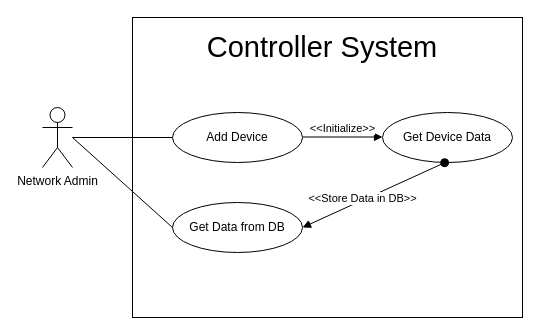
FameIllusionMaya/SDN-handmade_v3 keeps this draw.io diagram as Report/Draw_io_Part2/Controller-UseCase.drawio. Above is the earlier version. Source tidied: cells renumbered, new cells numbered last; positions are measured from the earlier drawing's top-left corner, leaving out a move shared by most shapes. Both pictures are drawn from the tidied source at 100%, with x=0, y=0 at pixel (42, 17).
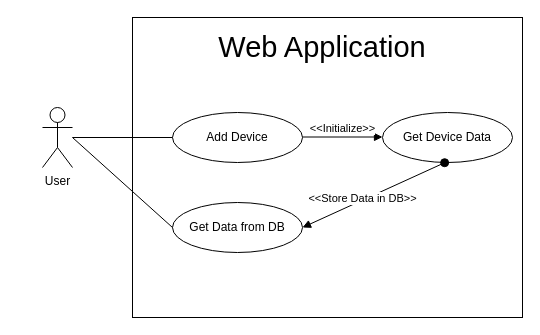
After the change.

Diff of the diagram source:
```diff
@@
 <mxGraphModel>
   <root>
     <mxCell id="0" />
     <mxCell id="1" parent="0" />
     <mxCell id="2" style="html=1;" parent="1" vertex="1">
       <mxGeometry x="90" width="390" height="300" as="geometry" />
     </mxCell>
-    <mxCell id="3" value="Network Admin" style="shape=umlActor;verticalLabelPosition=bottom;verticalAlign=top;html=1;" parent="1" vertex="1">
+    <mxCell id="3" value="User" style="shape=umlActor;verticalLabelPosition=bottom;verticalAlign=top;html=1;" parent="1" vertex="1">
       <mxGeometry y="90" width="30" height="60" as="geometry" />
     </mxCell>
     <mxCell id="4" value="Add Device" style="ellipse;whiteSpace=wrap;html=1;" parent="1" vertex="1">
       <mxGeometry x="130" y="95" width="130" height="50" as="geometry" />
     </mxCell>
-    <mxCell id="5" value="&lt;font style=&quot;font-size: 29px&quot;&gt;Controller System&lt;/font&gt;" style="rounded=0;whiteSpace=wrap;html=1;strokeColor=#FFFFFF;" parent="1" vertex="1">
+    <mxCell id="5" value="&lt;font style=&quot;font-size: 29px&quot;&gt;Web Application&lt;/font&gt;" style="rounded=0;whiteSpace=wrap;html=1;strokeColor=#FFFFFF;" parent="1" vertex="1">
       <mxGeometry x="100" y="10" width="360" height="40" as="geometry" />
     </mxCell>
     <mxCell id="6" value="Get Device Data" style="ellipse;whiteSpace=wrap;html=1;" parent="1" vertex="1">
       <mxGeometry x="340" y="95" width="130" height="50" as="geometry" />
     </mxCell>
     <mxCell id="7" value="Get Data from DB" style="ellipse;whiteSpace=wrap;html=1;" parent="1" vertex="1">
       <mxGeometry x="130" y="185" width="130" height="50" as="geometry" />
     </mxCell>
     <mxCell id="8" style="endArrow=none;html=1;rounded=0;fontSize=29;entryX=0;entryY=0.5;entryDx=0;entryDy=0;" parent="1" edge="1" target="7">
       <mxGeometry relative="1" as="geometry">
         <mxPoint x="30" y="120" as="sourcePoint" />
       </mxGeometry>
     </mxCell>
     <mxCell id="9" style="endArrow=none;html=1;rounded=0;fontSize=29;entryX=0;entryY=0.5;entryDx=0;entryDy=0;" parent="1" edge="1" target="4">
       <mxGeometry relative="1" as="geometry">
         <mxPoint x="30" y="120" as="sourcePoint" />
       </mxGeometry>
     </mxCell>
     <mxCell id="10" value="&amp;lt;&amp;lt;Initialize&amp;gt;&amp;gt;" style="html=1;verticalAlign=bottom;endArrow=block;rounded=0;fontSize=11;" parent="1" edge="1">
       <mxGeometry relative="1" as="geometry">
         <mxPoint x="260" y="119.5" as="sourcePoint" />
         <mxPoint x="340" y="119.5" as="targetPoint" />
       </mxGeometry>
     </mxCell>
     <mxCell id="11" value="&amp;lt;&amp;lt;Store Data in DB&amp;gt;&amp;gt;" style="html=1;verticalAlign=bottom;startArrow=oval;startFill=1;endArrow=block;startSize=8;rounded=0;fontSize=11;entryX=1;entryY=0.5;entryDx=0;entryDy=0;exitX=0.478;exitY=1.004;exitDx=0;exitDy=0;exitPerimeter=0;" parent="1" edge="1" source="6" target="7">
       <mxGeometry x="0.19" y="7" relative="1" as="geometry" />
     </mxCell>
   </root>
 </mxGraphModel>
```
